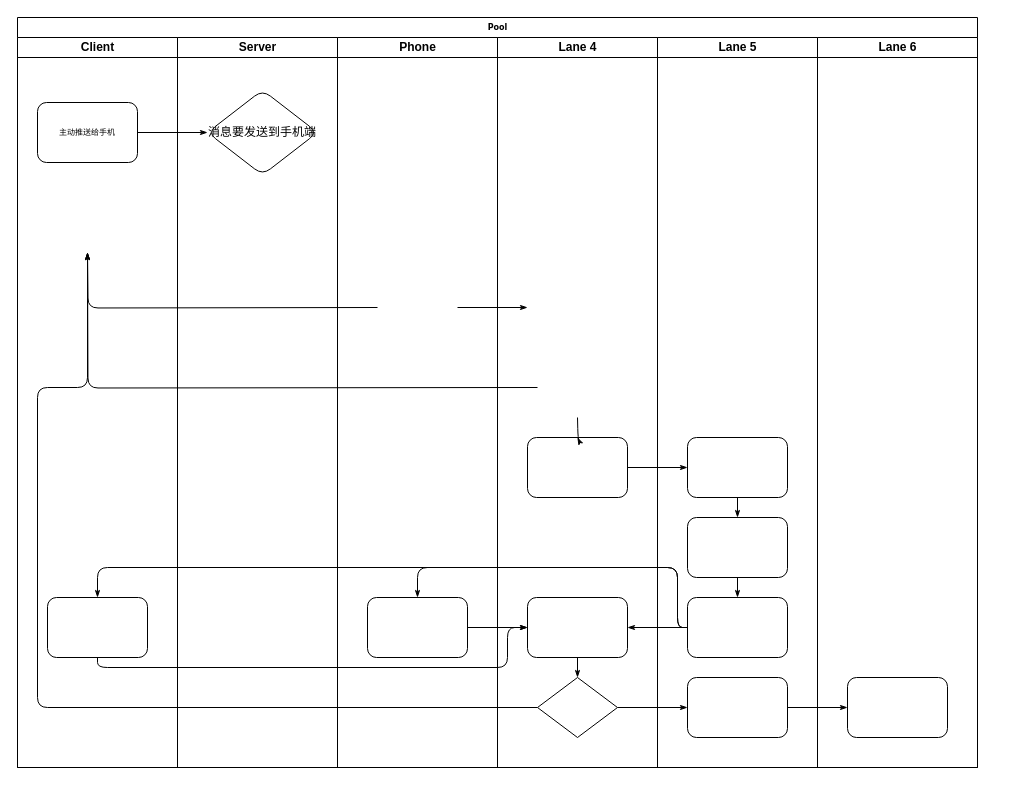
Above: 未命名绘图.drawio in Gray-Ice/ZServer (draw.io), before the change. Source tidied: cells renumbered, new cells numbered last; positions are measured from the earlier drawing's top-left corner, leaving out a move shared by most shapes. Both pictures are drawn from the tidied source at 100%, with x=0, y=0 at pixel (17, 17).
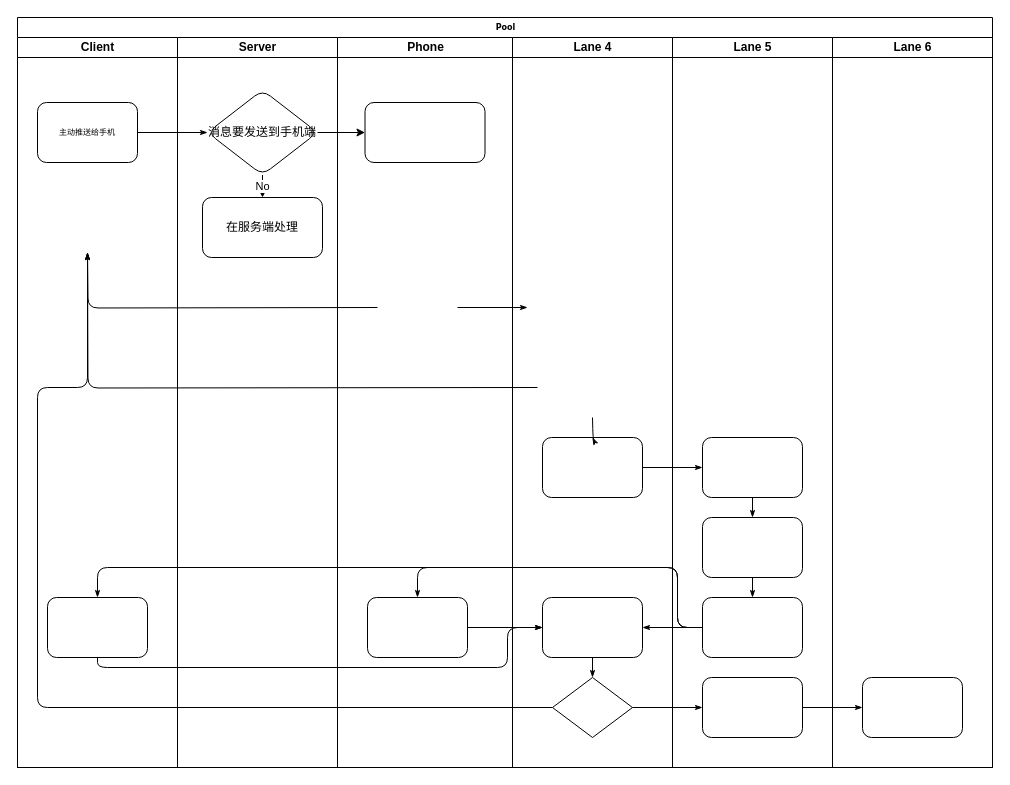
Above is the later version.

Commit message:
更新未命名绘图.drawio

Unchanged cells that the change refers to:
```xml
<mxCell id="19" value="Server" style="swimlane;html=1;startSize=20;" parent="2" vertex="1">
  <mxGeometry x="160" y="20" width="160" height="730" as="geometry" />
</mxCell>
<mxCell id="20" value="消息要发送到手机端" style="rounded=1;whiteSpace=wrap;html=1;shadow=0;labelBackgroundColor=none;strokeWidth=1;fontFamily=Helvetica;fontSize=12;align=center;shape=rhombus;perimeter=rhombusPerimeter;" parent="19" vertex="1">
  <mxGeometry x="30" y="52.5" width="110" height="85" as="geometry" />
</mxCell>
```

The edit, as a diff of the source:
```diff
@@
     <mxCell id="2" value="Pool" style="swimlane;html=1;startSize=20;rounded=0;shadow=0;labelBackgroundColor=none;strokeWidth=1;fontFamily=Verdana;fontSize=8;align=center;" parent="1" vertex="1">
-      <mxGeometry width="960" height="750" as="geometry" />
+      <mxGeometry width="975" height="750" as="geometry" />
     </mxCell>
@@
+    <mxCell id="38" value="No" style="edgeStyle=orthogonalEdgeStyle;rounded=0;jettySize=auto;html=1;" parent="19" edge="1" source="20" target="39">
+      <mxGeometry relative="1" as="geometry" />
+    </mxCell>
@@
+    <mxCell id="39" value="在服务端处理" style="whiteSpace=wrap;html=1;rounded=1;shadow=0;labelBackgroundColor=none;strokeWidth=1;" parent="19" vertex="1">
+      <mxGeometry x="25" y="160" width="120" height="60" as="geometry" />
+    </mxCell>
     <mxCell id="21" value="Phone" style="swimlane;html=1;startSize=20;" parent="2" vertex="1">
-      <mxGeometry x="320" y="20" width="160" height="730" as="geometry" />
+      <mxGeometry x="320" y="20" width="175" height="730" as="geometry" />
     </mxCell>
@@
+    <mxCell id="40" style="whiteSpace=wrap;html=1;rounded=1;shadow=0;labelBackgroundColor=none;strokeWidth=1;" parent="21" vertex="1">
+      <mxGeometry x="27.5" y="65" width="120" height="60" as="geometry" />
+    </mxCell>
     <mxCell id="23" value="Lane 4" style="swimlane;html=1;startSize=20;" parent="2" vertex="1">
-      <mxGeometry x="480" y="20" width="160" height="730" as="geometry" />
+      <mxGeometry x="495" y="20" width="160" height="730" as="geometry" />
     </mxCell>
@@
     <mxCell id="29" value="Lane 5" style="swimlane;html=1;startSize=20;" parent="2" vertex="1">
-      <mxGeometry x="640" y="20" width="160" height="730" as="geometry" />
+      <mxGeometry x="655" y="20" width="160" height="730" as="geometry" />
     </mxCell>
@@
     <mxCell id="36" value="Lane 6" style="swimlane;html=1;startSize=20;" parent="2" vertex="1">
-      <mxGeometry x="800" y="20" width="160" height="730" as="geometry" />
+      <mxGeometry x="815" y="20" width="160" height="730" as="geometry" />
     </mxCell>
@@
+    <mxCell id="41" style="edgeStyle=orthogonalEdgeStyle;rounded=0;jettySize=auto;html=1;" parent="2" edge="1" source="20" target="40">
+      <mxGeometry relative="1" as="geometry" />
+    </mxCell>
```
